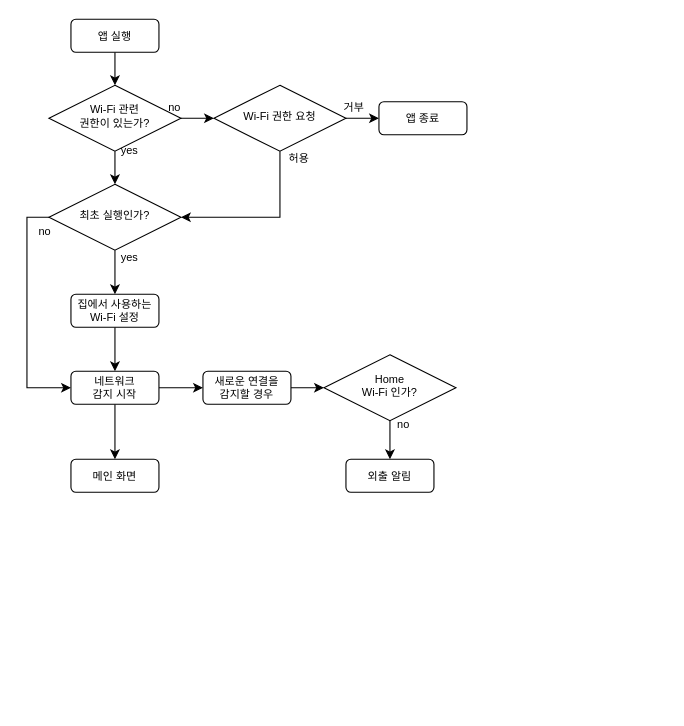
Above: FlowChart.drawio in youseokhwan/InOutManagement-Android (draw.io), before the change. Source tidied: cells renumbered, new cells numbered last; positions are measured from the earlier drawing's top-left corner, leaving out a move shared by most shapes. Both pictures are drawn from the tidied source at 110%, with x=0, y=0 at pixel (26, 19).
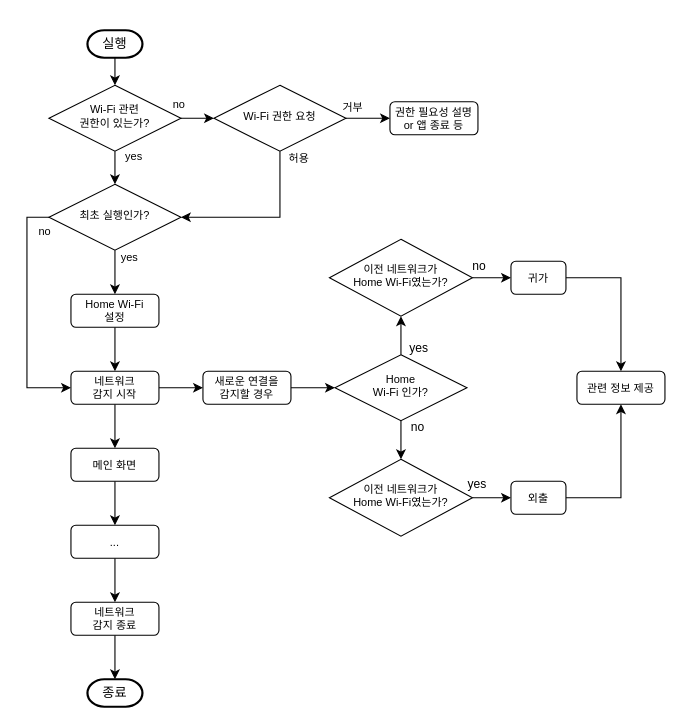
Above is the later version.

The change refers to these unchanged cells:
```xml
<mxCell id="6" value="Wi-Fi 관련&lt;br style=&quot;font-size: 10px;&quot;&gt;권한이 있는가?" style="rhombus;whiteSpace=wrap;html=1;shadow=0;fontFamily=Helvetica;fontSize=10;align=center;strokeWidth=1;spacing=6;spacingTop=-4;" parent="1" vertex="1">
  <mxGeometry x="20" y="60" width="120" height="60" as="geometry" />
</mxCell>
<mxCell id="9" value="Wi-Fi 권한 요청" style="rhombus;whiteSpace=wrap;html=1;shadow=0;fontFamily=Helvetica;fontSize=10;align=center;strokeWidth=1;spacing=6;spacingTop=-4;" parent="1" vertex="1">
  <mxGeometry x="170" y="60" width="120" height="60" as="geometry" />
</mxCell>
<mxCell id="13" value="최초 실행인가?" style="rhombus;whiteSpace=wrap;html=1;shadow=0;fontFamily=Helvetica;fontSize=10;align=center;strokeWidth=1;spacing=6;spacingTop=-4;" parent="1" vertex="1">
  <mxGeometry x="20" y="150" width="120" height="60" as="geometry" />
</mxCell>
```

What changed in the source:
```diff
@@
-    <mxCell id="2" style="edgeStyle=orthogonalEdgeStyle;rounded=0;jettySize=auto;html=1;fontSize=10;" parent="1" edge="1" source="3" target="6">
-      <mxGeometry relative="1" as="geometry" />
-    </mxCell>
-    <mxCell id="3" value="앱 실행" style="rounded=1;whiteSpace=wrap;html=1;fontSize=10;glass=0;strokeWidth=1;shadow=0;" parent="1" vertex="1">
-      <mxGeometry x="40" width="80" height="30" as="geometry" />
-    </mxCell>
     <mxCell id="4" value="no" style="edgeStyle=orthogonalEdgeStyle;rounded=0;jettySize=auto;html=1;entryX=0;entryY=0.5;entryDx=0;entryDy=0;fontSize=10;" parent="1" edge="1" source="6" target="9">
-      <mxGeometry x="0.32" y="21" relative="1" as="geometry">
-        <mxPoint x="-19" y="11" as="offset" />
+      <mxGeometry x="0.2" y="-18" relative="1" as="geometry">
+        <mxPoint x="-12" y="-31" as="offset" />
       </mxGeometry>
     </mxCell>
     <mxCell id="5" value="yes" style="edgeStyle=orthogonalEdgeStyle;rounded=0;jettySize=auto;html=1;entryX=0.5;entryY=0;entryDx=0;entryDy=0;fontSize=10;" parent="1" edge="1" source="6" target="13">
-      <mxGeometry x="0.36" y="19" relative="1" as="geometry">
-        <mxPoint x="-6" y="-15" as="offset" />
+      <mxGeometry x="0.2" y="-18" relative="1" as="geometry">
+        <mxPoint x="35" y="-6" as="offset" />
       </mxGeometry>
     </mxCell>
@@
-    <mxCell id="10" value="앱 종료" style="rounded=1;whiteSpace=wrap;html=1;fontSize=10;glass=0;strokeWidth=1;shadow=0;" parent="1" vertex="1">
-      <mxGeometry x="320" y="75" width="80" height="30" as="geometry" />
+    <mxCell id="10" value="권한 필요성 설명&lt;br&gt;or 앱 종료 등" style="rounded=1;whiteSpace=wrap;html=1;fontSize=10;glass=0;strokeWidth=1;shadow=0;" parent="1" vertex="1">
+      <mxGeometry x="330" y="75" width="80" height="30" as="geometry" />
     </mxCell>
@@
-    <mxCell id="15" value="&lt;span style=&quot;font-size: 10px&quot;&gt;집에서 사용하는 Wi-Fi 설정&lt;/span&gt;" style="rounded=1;whiteSpace=wrap;html=1;fontSize=10;glass=0;strokeWidth=1;shadow=0;" parent="1" vertex="1">
+    <mxCell id="15" value="Home Wi-Fi&lt;br&gt;설정" style="rounded=1;whiteSpace=wrap;html=1;fontSize=10;glass=0;strokeWidth=1;shadow=0;" parent="1" vertex="1">
       <mxGeometry x="40" y="250" width="80" height="30" as="geometry" />
     </mxCell>
@@
+    <mxCell id="25" style="edgeStyle=orthogonalEdgeStyle;rounded=0;jettySize=auto;html=1;entryX=0.5;entryY=0;entryDx=0;entryDy=0;" parent="1" edge="1" source="19" target="29">
+      <mxGeometry relative="1" as="geometry" />
+    </mxCell>
     <mxCell id="19" value="&lt;span style=&quot;font-size: 10px&quot;&gt;메인 화면&lt;/span&gt;" style="rounded=1;whiteSpace=wrap;html=1;fontSize=10;glass=0;strokeWidth=1;shadow=0;" parent="1" vertex="1">
-      <mxGeometry x="40" y="400" width="80" height="30" as="geometry" />
+      <mxGeometry x="40" y="390" width="80" height="30" as="geometry" />
     </mxCell>
@@
-    <mxCell id="22" value="no" style="edgeStyle=orthogonalEdgeStyle;rounded=0;jettySize=auto;html=1;entryX=0.5;entryY=0;entryDx=0;entryDy=0;fontSize=10;" parent="1" edge="1" source="23" target="24">
-      <mxGeometry x="0.14" y="18" relative="1" as="geometry">
-        <mxPoint x="-6" y="-13" as="offset" />
-      </mxGeometry>
-    </mxCell>
+    <mxCell id="26" value="no" style="edgeStyle=orthogonalEdgeStyle;rounded=0;jettySize=auto;html=1;" parent="1" edge="1" source="23" target="31">
+      <mxGeometry x="0.11" y="-17" relative="1" as="geometry">
+        <mxPoint x="32" y="-9" as="offset" />
+      </mxGeometry>
+    </mxCell>
+    <mxCell id="27" value="yes" style="edgeStyle=orthogonalEdgeStyle;rounded=0;jettySize=auto;html=1;entryX=0.5;entryY=1;entryDx=0;entryDy=0;" parent="1" edge="1" source="23" target="35">
+      <mxGeometry x="0.11" y="18" relative="1" as="geometry">
+        <mxPoint x="34" y="9" as="offset" />
+      </mxGeometry>
+    </mxCell>
     <mxCell id="23" value="Home&lt;br&gt;Wi-Fi 인가?" style="rhombus;whiteSpace=wrap;html=1;shadow=0;fontFamily=Helvetica;fontSize=10;align=center;strokeWidth=1;spacing=6;spacingTop=-4;" parent="1" vertex="1">
-      <mxGeometry x="270" y="305" width="120" height="60" as="geometry" />
+      <mxGeometry x="280" y="305" width="120" height="60" as="geometry" />
     </mxCell>
-    <mxCell id="24" value="외출 알림" style="rounded=1;whiteSpace=wrap;html=1;fontSize=10;glass=0;strokeWidth=1;shadow=0;" parent="1" vertex="1">
-      <mxGeometry x="290" y="400" width="80" height="30" as="geometry" />
-    </mxCell>
+    <mxCell id="28" style="edgeStyle=orthogonalEdgeStyle;rounded=0;jettySize=auto;html=1;" parent="1" edge="1" source="29" target="39">
+      <mxGeometry relative="1" as="geometry" />
+    </mxCell>
+    <mxCell id="29" value="..." style="rounded=1;whiteSpace=wrap;html=1;fontSize=10;glass=0;strokeWidth=1;shadow=0;" parent="1" vertex="1">
+      <mxGeometry x="40" y="460" width="80" height="30" as="geometry" />
+    </mxCell>
+    <mxCell id="30" value="yes" style="edgeStyle=orthogonalEdgeStyle;rounded=0;jettySize=auto;html=1;entryX=0;entryY=0.5;entryDx=0;entryDy=0;" parent="1" edge="1" source="31" target="33">
+      <mxGeometry x="-0.82" y="12" relative="1" as="geometry" />
+    </mxCell>
+    <mxCell id="31" value="이전 네트워크가&lt;br&gt;Home Wi-Fi였는가?" style="rhombus;whiteSpace=wrap;html=1;shadow=0;fontFamily=Helvetica;fontSize=10;align=center;strokeWidth=1;spacing=6;spacingTop=-4;" parent="1" vertex="1">
+      <mxGeometry x="275" y="400" width="130" height="70" as="geometry" />
+    </mxCell>
+    <mxCell id="32" style="edgeStyle=orthogonalEdgeStyle;rounded=0;jettySize=auto;html=1;entryX=0.5;entryY=1;entryDx=0;entryDy=0;" parent="1" edge="1" source="33" target="43">
+      <mxGeometry relative="1" as="geometry" />
+    </mxCell>
+    <mxCell id="33" value="외출" style="rounded=1;whiteSpace=wrap;html=1;fontSize=10;glass=0;strokeWidth=1;shadow=0;" parent="1" vertex="1">
+      <mxGeometry x="440" y="420" width="50" height="30" as="geometry" />
+    </mxCell>
+    <mxCell id="34" value="no" style="edgeStyle=orthogonalEdgeStyle;rounded=0;jettySize=auto;html=1;entryX=0;entryY=0.5;entryDx=0;entryDy=0;" parent="1" edge="1" source="35" target="37">
+      <mxGeometry x="-0.73" y="11" relative="1" as="geometry" />
+    </mxCell>
+    <mxCell id="35" value="이전 네트워크가&lt;br&gt;Home Wi-Fi였는가?" style="rhombus;whiteSpace=wrap;html=1;shadow=0;fontFamily=Helvetica;fontSize=10;align=center;strokeWidth=1;spacing=6;spacingTop=-4;" parent="1" vertex="1">
+      <mxGeometry x="275" y="200" width="130" height="70" as="geometry" />
+    </mxCell>
+    <mxCell id="36" style="edgeStyle=orthogonalEdgeStyle;rounded=0;jettySize=auto;html=1;entryX=0.5;entryY=0;entryDx=0;entryDy=0;" parent="1" edge="1" source="37" target="43">
+      <mxGeometry relative="1" as="geometry" />
+    </mxCell>
+    <mxCell id="37" value="귀가" style="rounded=1;whiteSpace=wrap;html=1;fontSize=10;glass=0;strokeWidth=1;shadow=0;" parent="1" vertex="1">
+      <mxGeometry x="440" y="220" width="50" height="30" as="geometry" />
+    </mxCell>
+    <mxCell id="38" style="edgeStyle=orthogonalEdgeStyle;rounded=0;jettySize=auto;html=1;entryX=0.5;entryY=0;entryDx=0;entryDy=0;entryPerimeter=0;" parent="1" edge="1" source="39" target="42">
+      <mxGeometry relative="1" as="geometry" />
+    </mxCell>
+    <mxCell id="39" value="네트워크&lt;br&gt;감지 종료" style="rounded=1;whiteSpace=wrap;html=1;fontSize=10;glass=0;strokeWidth=1;shadow=0;" parent="1" vertex="1">
+      <mxGeometry x="40" y="530" width="80" height="30" as="geometry" />
+    </mxCell>
+    <mxCell id="40" style="edgeStyle=orthogonalEdgeStyle;rounded=0;jettySize=auto;html=1;entryX=0.5;entryY=0;entryDx=0;entryDy=0;" parent="1" edge="1" source="41" target="6">
+      <mxGeometry relative="1" as="geometry" />
+    </mxCell>
+    <mxCell id="41" value="실행" style="strokeWidth=2;html=1;shape=mxgraph.flowchart.terminator;whiteSpace=wrap;" parent="1" vertex="1">
+      <mxGeometry x="55" y="10" width="50" height="25" as="geometry" />
+    </mxCell>
+    <mxCell id="42" value="종료" style="strokeWidth=2;html=1;shape=mxgraph.flowchart.terminator;whiteSpace=wrap;" parent="1" vertex="1">
+      <mxGeometry x="55" y="600" width="50" height="25" as="geometry" />
+    </mxCell>
+    <mxCell id="43" value="&lt;span style=&quot;font-size: 10px&quot;&gt;관련 정보 제공&lt;/span&gt;" style="rounded=1;whiteSpace=wrap;html=1;fontSize=10;glass=0;strokeWidth=1;shadow=0;" parent="1" vertex="1">
+      <mxGeometry x="500" y="320" width="80" height="30" as="geometry" />
+    </mxCell>
```
